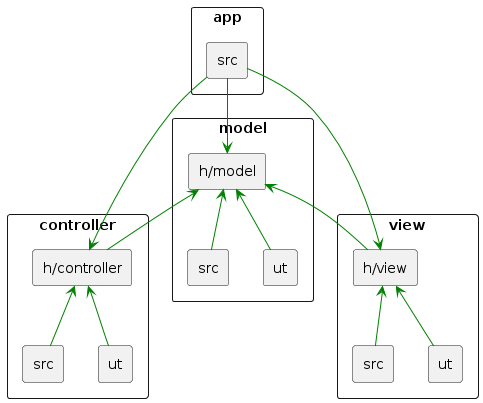
This is plant_uml/arch_dir_dep.png from ichiroprogrammer/comprehensive_cpp, a PlantUML export, as it was before one commit.
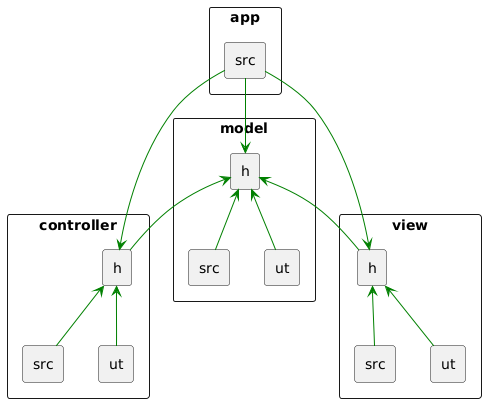
After the change.

Diff of the diagram source:
```diff
@@ -4,19 +4,19 @@
 }
 
 rectangle controller {
-    rectangle  "h/controller" as controller_h
+    rectangle  "h" as controller_h
     rectangle  src as controller_src
     rectangle  ut as controller_ut
 }
 
 rectangle model {
-    rectangle  "h/model" as model_h
+    rectangle  "h" as model_h
     rectangle  src as model_src
     rectangle  ut as model_ut
 }
 
 rectangle view {
-    rectangle  "h/view" as view_h
+    rectangle  "h" as view_h
     rectangle  src as view_src
     rectangle  ut as view_ut
 }
```
